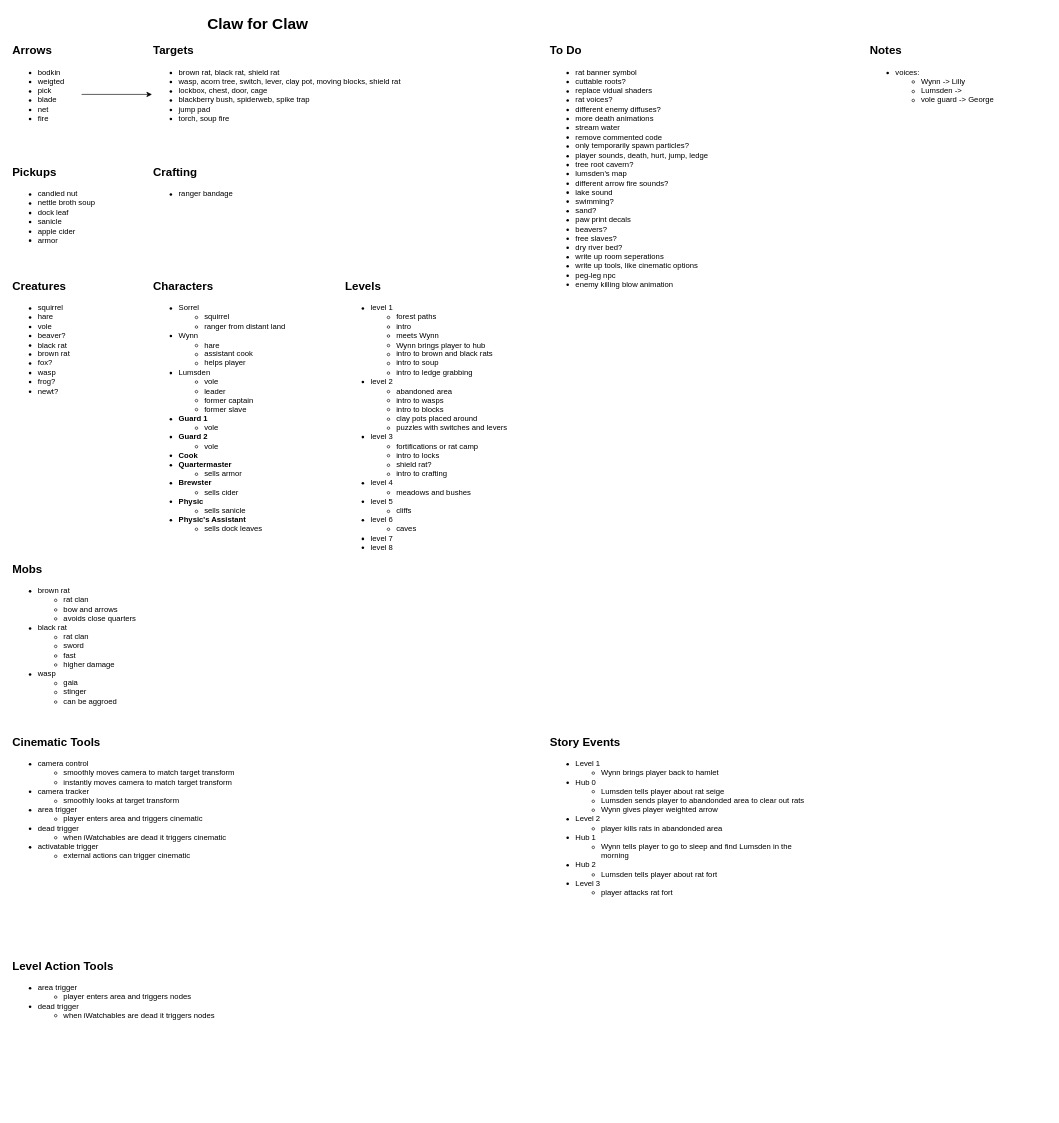
Earlier version of the draw.io diagram Planning/design-doc.drawio (camerondedore/Godot-Project-3). Source tidied: cells renumbered, new cells numbered last; positions are measured from the earlier drawing's top-left corner, leaving out a move shared by most shapes. Both pictures are drawn from the tidied source at 64%, with x=0, y=0 at pixel (11, 11).
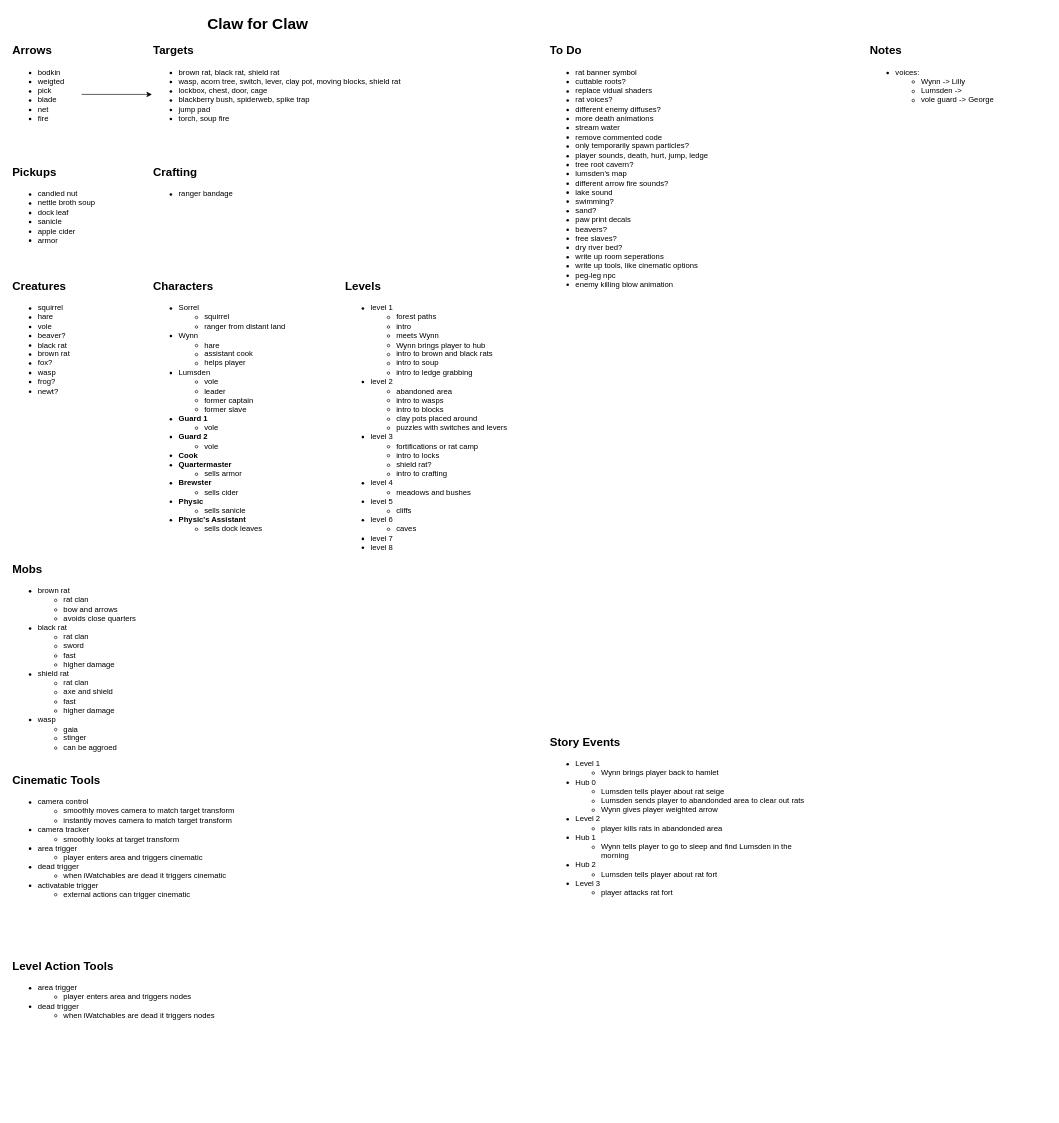
Above is the later version.

Diff of the diagram source:
```diff
@@
-    <mxCell id="21" value="&lt;ul&gt;&lt;li&gt;brown rat&lt;/li&gt;&lt;ul&gt;&lt;li&gt;rat clan&lt;/li&gt;&lt;li&gt;bow and arrows&lt;/li&gt;&lt;li&gt;avoids close quarters&lt;/li&gt;&lt;/ul&gt;&lt;li&gt;black rat&lt;/li&gt;&lt;ul&gt;&lt;li&gt;rat clan&lt;/li&gt;&lt;li&gt;sword&lt;/li&gt;&lt;li&gt;fast&lt;/li&gt;&lt;li&gt;higher damage&lt;/li&gt;&lt;/ul&gt;&lt;li&gt;wasp&lt;/li&gt;&lt;ul&gt;&lt;li&gt;gaia&lt;/li&gt;&lt;li&gt;stinger&lt;/li&gt;&lt;li&gt;can be aggroed&lt;/li&gt;&lt;/ul&gt;&lt;/ul&gt;" style="text;html=1;align=left;verticalAlign=top;whiteSpace=wrap;rounded=0;" parent="1" vertex="1">
-      <mxGeometry y="880" width="240" height="220" as="geometry" />
+    <mxCell id="21" value="&lt;ul&gt;&lt;li&gt;brown rat&lt;/li&gt;&lt;ul&gt;&lt;li&gt;rat clan&lt;/li&gt;&lt;li&gt;bow and arrows&lt;/li&gt;&lt;li&gt;avoids close quarters&lt;/li&gt;&lt;/ul&gt;&lt;li&gt;black rat&lt;/li&gt;&lt;ul&gt;&lt;li&gt;rat clan&lt;/li&gt;&lt;li&gt;sword&lt;/li&gt;&lt;li&gt;fast&lt;/li&gt;&lt;li&gt;higher damage&lt;/li&gt;&lt;/ul&gt;&lt;li&gt;shield rat&lt;/li&gt;&lt;ul&gt;&lt;li&gt;rat clan&lt;/li&gt;&lt;li&gt;axe and shield&lt;/li&gt;&lt;li&gt;fast&lt;/li&gt;&lt;li&gt;higher damage&lt;/li&gt;&lt;/ul&gt;&lt;li&gt;wasp&lt;/li&gt;&lt;ul&gt;&lt;li&gt;gaia&lt;/li&gt;&lt;li&gt;stinger&lt;/li&gt;&lt;li&gt;can be aggroed&lt;/li&gt;&lt;/ul&gt;&lt;/ul&gt;" style="text;html=1;align=left;verticalAlign=top;whiteSpace=wrap;rounded=0;" parent="1" vertex="1">
+      <mxGeometry y="880" width="240" height="280" as="geometry" />
     </mxCell>
     <mxCell id="22" value="&lt;ul&gt;&lt;li&gt;camera control&lt;/li&gt;&lt;ul&gt;&lt;li&gt;smoothly moves camera to match target transform&lt;/li&gt;&lt;li&gt;instantly moves camera to match target transform&lt;/li&gt;&lt;/ul&gt;&lt;li&gt;&lt;span style=&quot;background-color: transparent; color: light-dark(rgb(0, 0, 0), rgb(255, 255, 255));&quot;&gt;camera tracker&lt;/span&gt;&lt;br&gt;&lt;/li&gt;&lt;ul&gt;&lt;li&gt;smoothly looks at target transform&lt;/li&gt;&lt;/ul&gt;&lt;li&gt;area trigger&lt;/li&gt;&lt;ul&gt;&lt;li&gt;player enters area and triggers cinematic&lt;/li&gt;&lt;/ul&gt;&lt;li&gt;dead trigger&lt;/li&gt;&lt;ul&gt;&lt;li&gt;when iWatchables are dead it triggers cinematic&lt;/li&gt;&lt;/ul&gt;&lt;li&gt;activatable trigger&lt;/li&gt;&lt;ul&gt;&lt;li&gt;external actions can trigger cinematic&lt;/li&gt;&lt;/ul&gt;&lt;/ul&gt;" style="text;html=1;align=left;verticalAlign=top;whiteSpace=wrap;rounded=0;" parent="1" vertex="1">
-      <mxGeometry y="1150" width="370" height="220" as="geometry" />
+      <mxGeometry y="1210" width="370" height="220" as="geometry" />
     </mxCell>
     <mxCell id="23" value="&lt;font style=&quot;font-size: 18px;&quot;&gt;Cinematic Tools&lt;/font&gt;" style="text;strokeColor=none;fillColor=none;html=1;fontSize=24;fontStyle=1;verticalAlign=middle;align=left;" parent="1" vertex="1">
-      <mxGeometry y="1120" width="100" height="40" as="geometry" />
+      <mxGeometry y="1180" width="100" height="40" as="geometry" />
     </mxCell>
```
